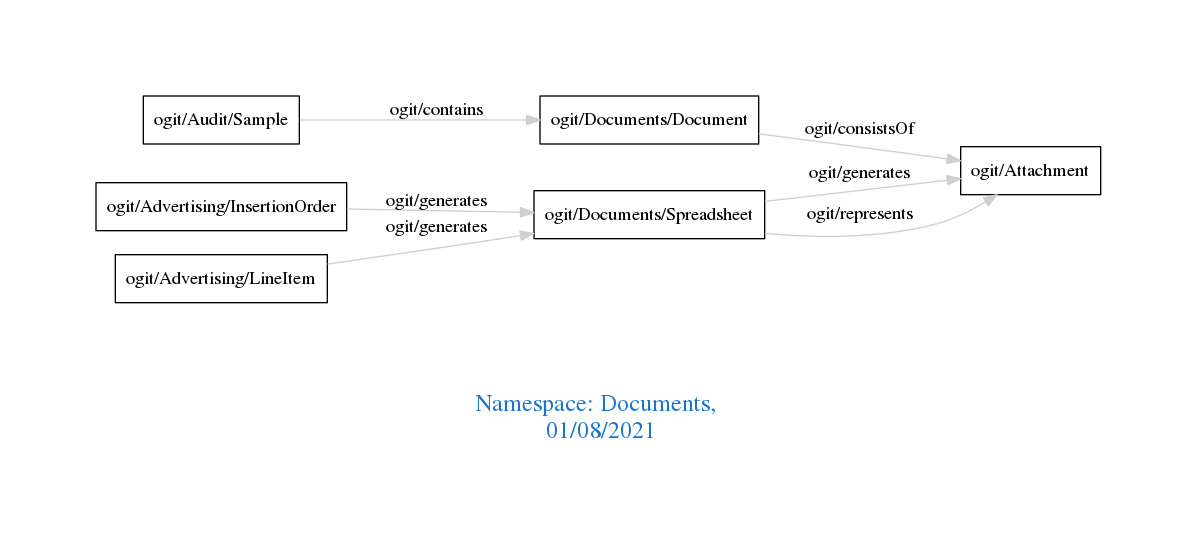
Earlier version of the Graphviz export downloads/Documents.png (arago/OGIT). Its source is kept beside it as downloads/Documents.dot.
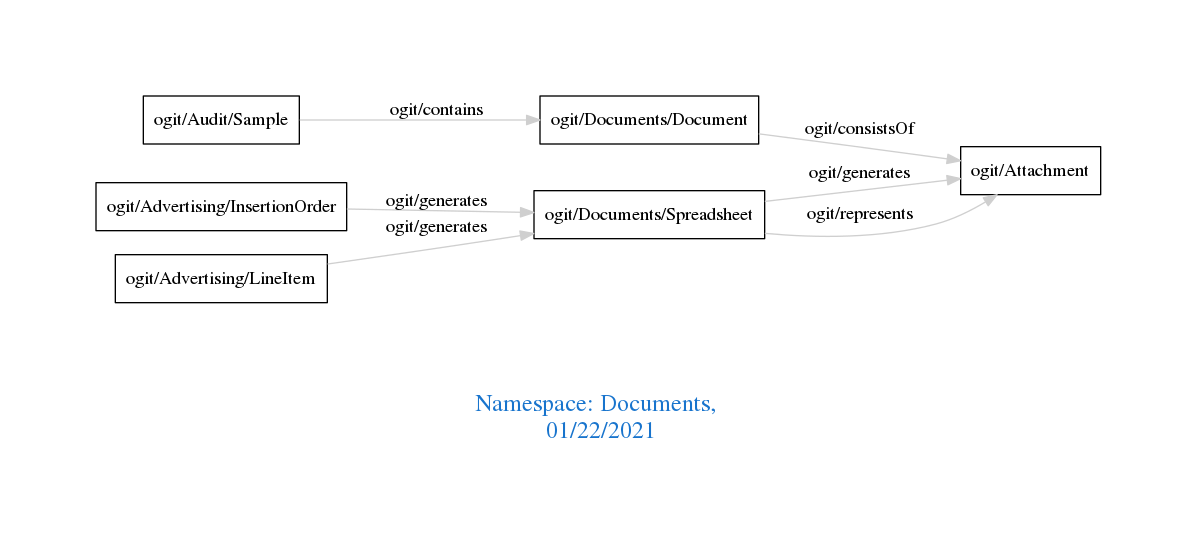
Above is the later version.

What changed in the source:
```diff
@@ -1,7 +1,7 @@
 digraph OGIT_ontology {
  graph [ rankdir= LR,pad=1
 fontsize = 18,
-fontcolor= dodgerblue3,label = "\n\n\nNamespace: Documents, \n 01/08/2021"];
+fontcolor= dodgerblue3,label = "\n\n\nNamespace: Documents, \n 01/22/2021"];
 node[shape=polygon];
 edge [  color="gray81"];
 
```
